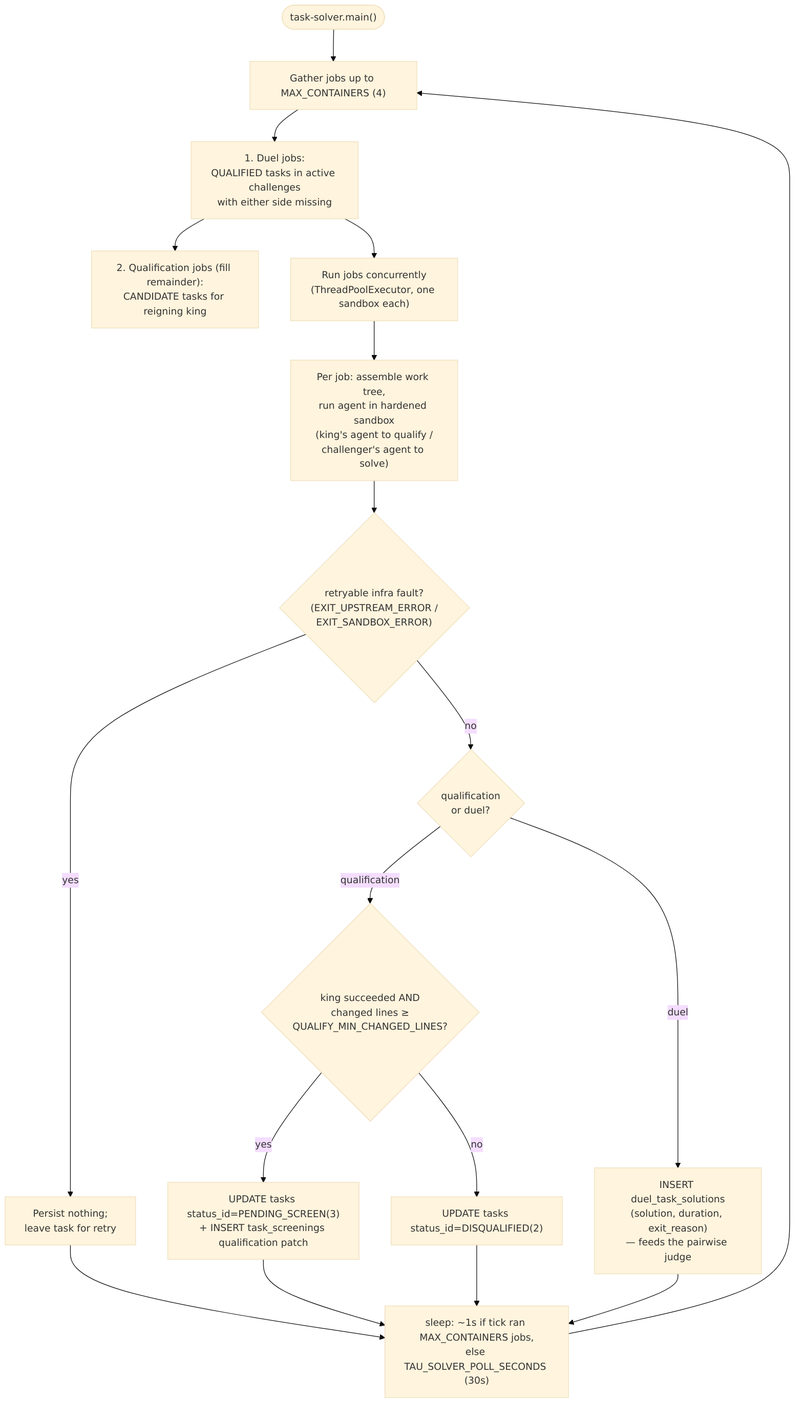
Earlier version of the Mermaid export docs/diagrams/loop-task-solver.png (ninja-subnet/ninja-validator). Its source is kept beside it as docs/diagrams/loop-task-solver.mmd.
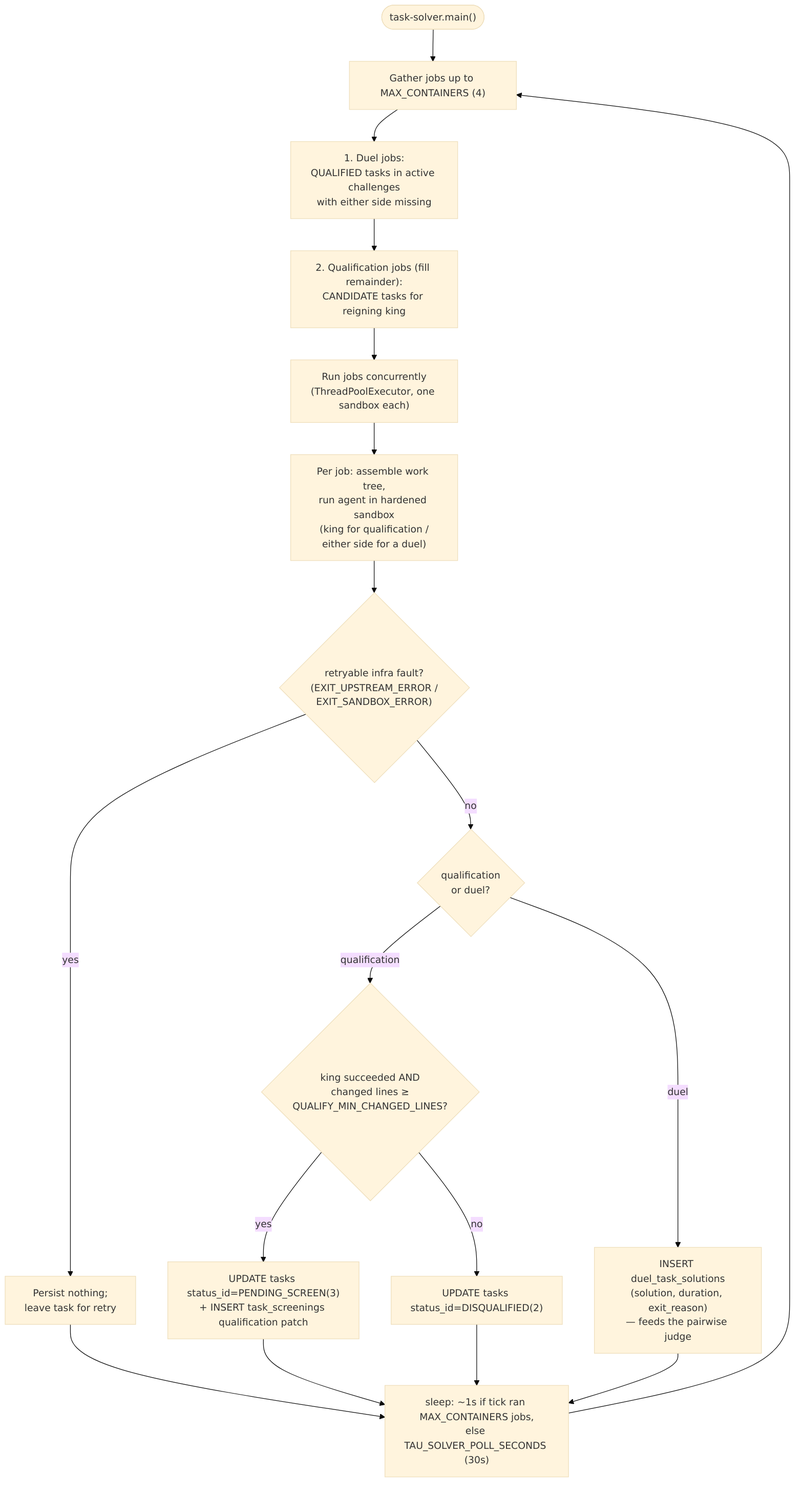
After the commit.

Change to the diagram source:
```diff
@@ -3,9 +3,9 @@
     start(["task-solver.main()"]) --> gather["Gather jobs up to MAX_CONTAINERS (4)"]
     gather --> cjobs["1. Duel jobs:<br/>QUALIFIED tasks in active challenges<br/>with either side missing"]
     cjobs --> qjobs["2. Qualification jobs (fill remainder):<br/>CANDIDATE tasks for reigning king"]
-    cjobs --> pool["Run jobs concurrently<br/>(ThreadPoolExecutor, one sandbox each)"]
+    qjobs --> pool["Run jobs concurrently<br/>(ThreadPoolExecutor, one sandbox each)"]
 
-    pool --> run["Per job: assemble work tree,<br/>run agent in hardened sandbox<br/>(king's agent to qualify /<br/>challenger's agent to solve)"]
+    pool --> run["Per job: assemble work tree,<br/>run agent in hardened sandbox<br/>(king for qualification /<br/>either side for a duel)"]
     run --> infra{"retryable infra fault?<br/>(EXIT_UPSTREAM_ERROR /<br/>EXIT_SANDBOX_ERROR)"}
     infra -- yes --> leave["Persist nothing;<br/>leave task for retry"]
     infra -- no --> kind{"qualification<br/>or duel?"}
```
